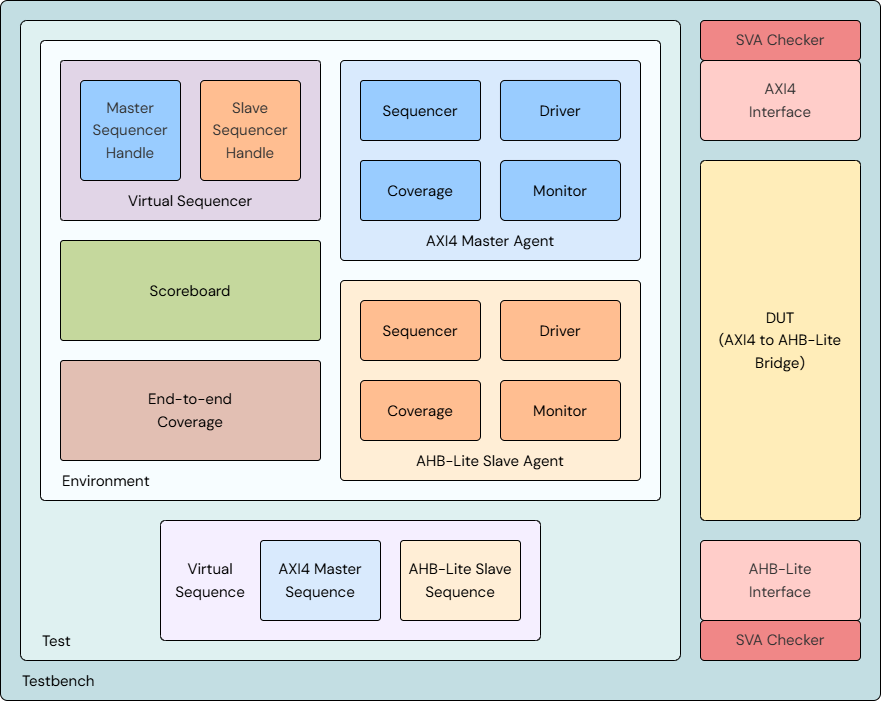
This is 00_doc/axi4_ahblite_bridge_vip.png from legiahuy15/axi4-ahblite-bridge, a draw.io export, as it was before one commit. Source tidied: cells renumbered, new cells last; positions are measured from the earlier drawing's top-left corner, leaving out a move shared by most shapes.
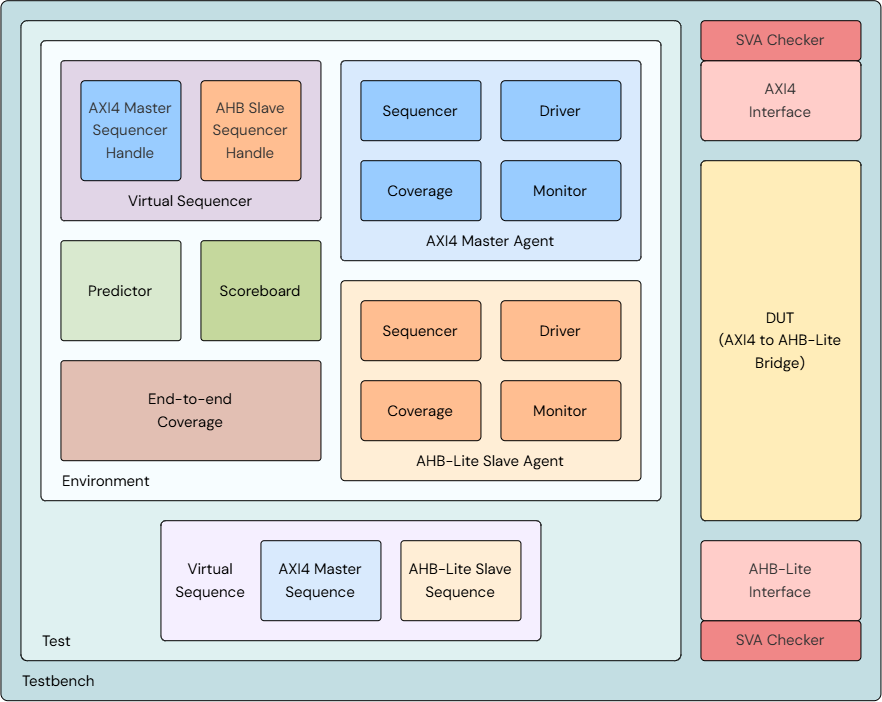
After the commit.

Commit message:
update new vip_architecture_diagram 1

Change to the diagram source:
```diff
@@ -18,7 +18,7 @@
       <mxGeometry x="40" y="620" width="60" height="40" as="geometry" />
     </mxCell>
     <mxCell id="7" value="&lt;font&gt;Scoreboard&lt;/font&gt;" style="rounded=1;whiteSpace=wrap;html=1;strokeWidth=1;fontSize=15;fillColor=#C5D89D;fontStyle=0;strokeColor=#000000;fontFamily=DM Sans;fontSource=https%3A%2F%2Ffonts.googleapis.com%2Fcss%3Ffamily%3DDM%2BSans;arcSize=3;" parent="1" vertex="1">
-      <mxGeometry x="60" y="240" width="260" height="100" as="geometry" />
+      <mxGeometry x="200" y="240" width="120" height="100" as="geometry" />
     </mxCell>
     <mxCell id="8" value="Testbench" style="text;html=1;whiteSpace=wrap;strokeColor=none;fillColor=none;align=left;verticalAlign=middle;rounded=0;strokeWidth=1;fontSize=15;fontStyle=0;fontFamily=DM Sans;fontSource=https%3A%2F%2Ffonts.googleapis.com%2Fcss%3Ffamily%3DDM%2BSans;" parent="1" vertex="1">
       <mxGeometry x="20" y="660" width="80" height="40" as="geometry" />
@@ -38,10 +38,10 @@
     <mxCell id="13" value="&lt;div style=&quot;line-height: 150%;&quot;&gt;&lt;br&gt;&lt;/div&gt;" style="rounded=1;whiteSpace=wrap;html=1;strokeWidth=1;fontSize=15;fontStyle=0;fillColor=#e1d5e7;strokeColor=#000000;fontFamily=DM Sans;fontSource=https%3A%2F%2Ffonts.googleapis.com%2Fcss%3Ffamily%3DDM%2BSans;arcSize=2;" parent="12" vertex="1">
       <mxGeometry width="260" height="160" as="geometry" />
     </mxCell>
-    <mxCell id="14" value="&lt;div style=&quot;line-height: 150%;&quot;&gt;&lt;div&gt;Master&lt;/div&gt;&lt;div&gt;Sequencer&lt;/div&gt;&lt;div&gt;Handle&lt;/div&gt;&lt;/div&gt;" style="rounded=1;whiteSpace=wrap;html=1;strokeWidth=1;fontSize=15;fontStyle=0;fillColor=#99CCFF;strokeColor=#000000;fontColor=#333333;fontFamily=DM Sans;fontSource=https%3A%2F%2Ffonts.googleapis.com%2Fcss%3Ffamily%3DDM%2BSans;arcSize=4;" parent="12" vertex="1">
+    <mxCell id="14" value="&lt;div style=&quot;line-height: 150%;&quot;&gt;&lt;div&gt;AXI4 Master&lt;/div&gt;&lt;div&gt;Sequencer&lt;/div&gt;&lt;div&gt;Handle&lt;/div&gt;&lt;/div&gt;" style="rounded=1;whiteSpace=wrap;html=1;strokeWidth=1;fontSize=15;fontStyle=0;fillColor=#99CCFF;strokeColor=#000000;fontColor=#333333;fontFamily=DM Sans;fontSource=https%3A%2F%2Ffonts.googleapis.com%2Fcss%3Ffamily%3DDM%2BSans;arcSize=4;" parent="12" vertex="1">
       <mxGeometry x="20" y="20" width="100" height="100" as="geometry" />
     </mxCell>
-    <mxCell id="15" value="&lt;div style=&quot;line-height: 150%;&quot;&gt;&lt;div&gt;Slave&lt;/div&gt;&lt;div&gt;Sequencer&lt;/div&gt;&lt;div&gt;Handle&lt;/div&gt;&lt;/div&gt;" style="rounded=1;whiteSpace=wrap;html=1;strokeWidth=1;fontSize=15;fontStyle=0;fillColor=#FFBE91;strokeColor=#000000;fontColor=#333333;fontFamily=DM Sans;fontSource=https%3A%2F%2Ffonts.googleapis.com%2Fcss%3Ffamily%3DDM%2BSans;arcSize=4;" parent="12" vertex="1">
+    <mxCell id="15" value="&lt;div style=&quot;line-height: 150%;&quot;&gt;&lt;div&gt;AHB Slave&lt;/div&gt;&lt;div&gt;Sequencer&lt;/div&gt;&lt;div&gt;Handle&lt;/div&gt;&lt;/div&gt;" style="rounded=1;whiteSpace=wrap;html=1;strokeWidth=1;fontSize=15;fontStyle=0;fillColor=#FFBE91;strokeColor=#000000;fontColor=#333333;fontFamily=DM Sans;fontSource=https%3A%2F%2Ffonts.googleapis.com%2Fcss%3Ffamily%3DDM%2BSans;arcSize=4;" parent="12" vertex="1">
       <mxGeometry x="140" y="20" width="100" height="100" as="geometry" />
     </mxCell>
     <mxCell id="16" value="&lt;font&gt;Virtual Sequencer&lt;/font&gt;" style="text;html=1;whiteSpace=wrap;strokeColor=none;fillColor=none;align=center;verticalAlign=middle;rounded=0;strokeWidth=1;fontSize=15;fontStyle=0;fontFamily=DM Sans;fontSource=https%3A%2F%2Ffonts.googleapis.com%2Fcss%3Ffamily%3DDM%2BSans;" parent="12" vertex="1">
@@ -107,5 +107,8 @@
     <mxCell id="36" value="&lt;div style=&quot;line-height: 150%;&quot;&gt;SVA Checker&lt;/div&gt;" style="rounded=1;whiteSpace=wrap;html=1;strokeWidth=1;fontSize=15;fillColor=#F08787;fontStyle=0;fontColor=#333333;strokeColor=#000000;fontFamily=DM Sans;fontSource=https%3A%2F%2Ffonts.googleapis.com%2Fcss%3Ffamily%3DDM%2BSans;arcSize=10;" parent="1" vertex="1">
       <mxGeometry x="700" y="20" width="160" height="40" as="geometry" />
     </mxCell>
+    <mxCell id="37" value="&lt;font&gt;Predictor&lt;/font&gt;" style="rounded=1;whiteSpace=wrap;html=1;strokeWidth=1;fontSize=15;fillColor=#D9E9CF;fontStyle=0;strokeColor=#000000;fontFamily=DM Sans;fontSource=https%3A%2F%2Ffonts.googleapis.com%2Fcss%3Ffamily%3DDM%2BSans;arcSize=3;" parent="1" vertex="1">
+      <mxGeometry x="60" y="240" width="120" height="100" as="geometry" />
+    </mxCell>
   </root>
 </mxGraphModel>
```
